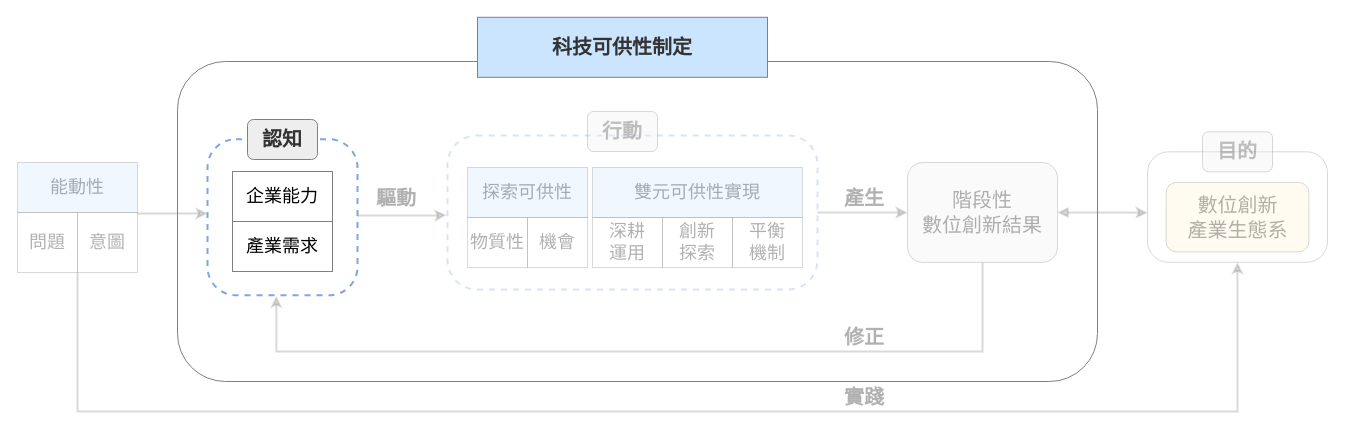
Earlier version of the draw.io diagram 論文ver1/圖片/簡報研究架構圖片/frontier enactment theroy_v10制定認知.drawio (carina419/NTUST). Source tidied: cells renumbered, new cells numbered last; positions are measured from the earlier drawing's top-left corner, leaving out a move shared by most shapes. Both pictures are drawn from the tidied source at 100%, with x=0, y=0 at pixel (17, 17).
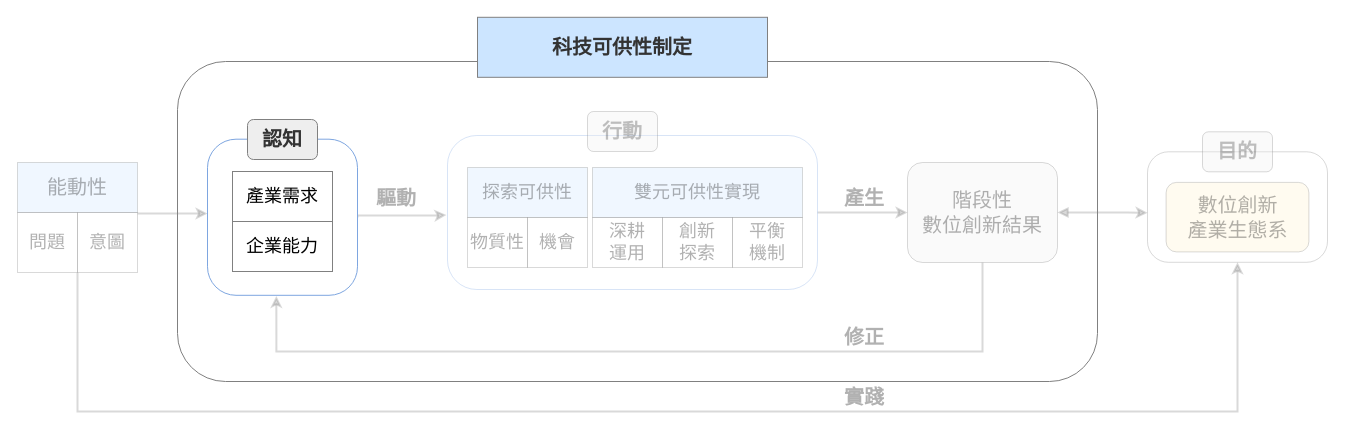
Above is the later version.

Unchanged cells that the change refers to:
```xml
<mxCell id="18" style="group;textOpacity=30;opacity=30;" parent="1" vertex="1">
  <mxGeometry y="145" width="120" height="110" as="geometry" />
</mxCell>
<mxCell id="22" style="group;" parent="1" vertex="1">
  <mxGeometry x="190" y="102" width="150" height="175.8" as="geometry" />
</mxCell>
<mxCell id="25" style="group;" parent="22" vertex="1">
  <mxGeometry x="25" y="52" width="100" height="100" as="geometry" />
</mxCell>
```

The edit, as a diff of the source:
```diff
@@
-    <mxCell id="21" value="能動性" style="rounded=0;whiteSpace=wrap;html=1;fontFamily=標楷體;fontSize=18;fontStyle=0;fillColor=#cce5ff;strokeColor=#808080;align=center;verticalAlign=middle;fontColor=default;textOpacity=30;opacity=30;" parent="18" vertex="1">
+    <mxCell id="21" value="&lt;font style=&quot;font-size: 20px;&quot;&gt;能動性&lt;/font&gt;" style="rounded=0;whiteSpace=wrap;html=1;fontFamily=標楷體;fontSize=18;fontStyle=0;fillColor=#cce5ff;strokeColor=#808080;align=center;verticalAlign=middle;fontColor=default;textOpacity=30;opacity=30;" parent="18" vertex="1">
       <mxGeometry width="120" height="50" as="geometry" />
     </mxCell>
@@
-    <mxCell id="23" style="rounded=1;whiteSpace=wrap;html=1;strokeWidth=2;dashed=1;fontFamily=標楷體;fontSize=18;fontStyle=0;strokeColor=#7EA6E0;align=center;verticalAlign=middle;arcSize=19;fontColor=default;fillColor=default;" parent="22" vertex="1">
+    <mxCell id="23" style="rounded=1;whiteSpace=wrap;html=1;strokeWidth=1;fontFamily=標楷體;fontSize=18;fontStyle=0;strokeColor=#7EA6E0;align=center;verticalAlign=middle;arcSize=19;fontColor=default;fillColor=default;" parent="22" vertex="1">
       <mxGeometry y="19.7" width="150" height="156.1" as="geometry" />
     </mxCell>
@@
-    <mxCell id="26" value="企業能力" style="rounded=0;whiteSpace=wrap;html=1;fontFamily=標楷體;fontSize=18;fontStyle=0;fillColor=default;strokeColor=#808080;align=center;verticalAlign=middle;fontColor=default;" parent="25" vertex="1">
+    <mxCell id="26" value="產業需求" style="rounded=0;whiteSpace=wrap;html=1;fontFamily=標楷體;fontSize=18;fontStyle=0;fillColor=default;strokeColor=#808080;align=center;verticalAlign=middle;fontColor=default;" parent="25" vertex="1">
       <mxGeometry width="100" height="50" as="geometry" />
     </mxCell>
-    <mxCell id="27" value="產業需求" style="rounded=0;whiteSpace=wrap;html=1;fontFamily=標楷體;fontSize=18;fontStyle=0;strokeColor=#808080;align=center;verticalAlign=middle;fontColor=default;fillColor=default;" parent="25" vertex="1">
+    <mxCell id="27" value="企業能力" style="rounded=0;whiteSpace=wrap;html=1;fontFamily=標楷體;fontSize=18;fontStyle=0;strokeColor=#808080;align=center;verticalAlign=middle;fontColor=default;fillColor=default;" parent="25" vertex="1">
       <mxGeometry y="50" width="100" height="50" as="geometry" />
     </mxCell>
@@
-    <mxCell id="29" style="rounded=1;whiteSpace=wrap;html=1;strokeWidth=2;dashed=1;fontFamily=標楷體;fontSize=18;fontStyle=0;arcSize=19;strokeColor=#7EA6E0;textOpacity=30;opacity=30;" parent="1" vertex="1">
+    <mxCell id="29" style="rounded=1;whiteSpace=wrap;html=1;strokeWidth=1;fontFamily=標楷體;fontSize=18;fontStyle=0;arcSize=19;strokeColor=#7EA6E0;textOpacity=30;opacity=30;" parent="1" vertex="1">
       <mxGeometry x="430" y="118" width="370" height="154" as="geometry" />
     </mxCell>
```
